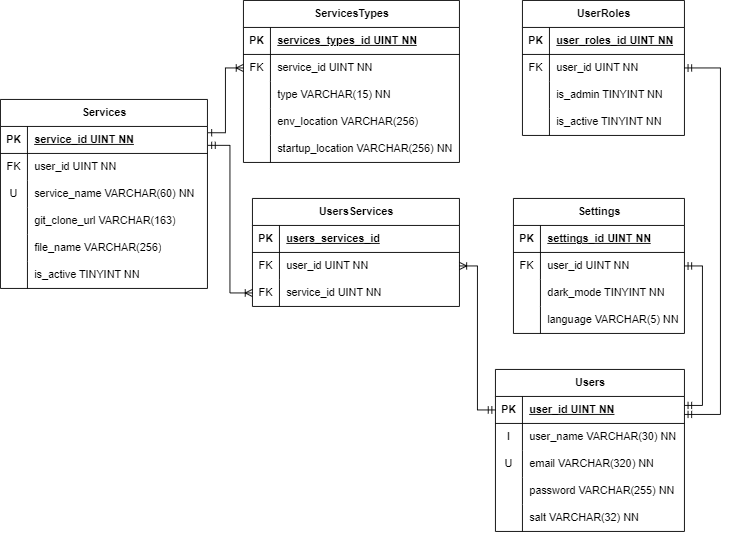
Before: Documentation/database/RDS.drawio.png, a diagram exported from draw.io (MagnusHLund/Web-hosting-docker). Source tidied: cells renumbered, new cells last; positions are measured from the earlier drawing's top-left corner, leaving out a move shared by most shapes.
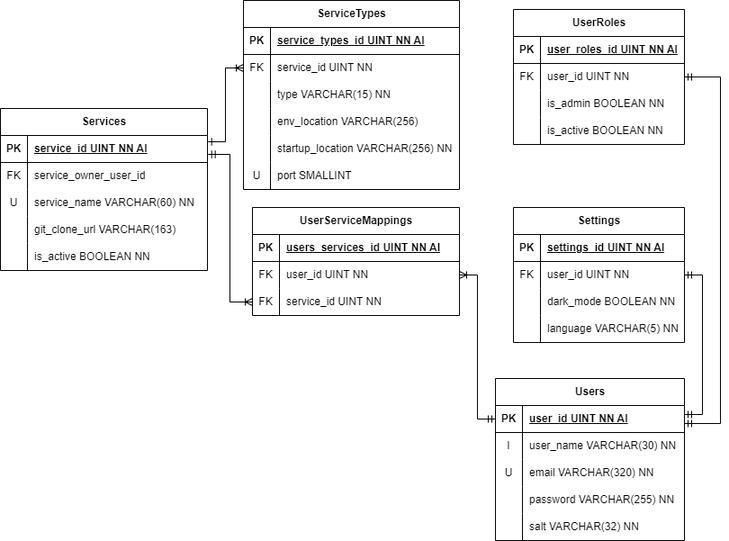
The same file after the commit.

The edit, as a diff of the source:
```diff
@@ -11,7 +11,7 @@
     <mxCell id="4" value="PK" style="shape=partialRectangle;fillColor=none;top=0;left=0;bottom=0;right=0;fontStyle=1;overflow=hidden;whiteSpace=wrap;html=1;" parent="3" vertex="1">
       <mxGeometry width="30" height="30" as="geometry" />
     </mxCell>
-    <mxCell id="5" value="user_id UINT NN" style="shape=partialRectangle;fillColor=none;top=0;left=0;bottom=0;right=0;align=left;spacingLeft=6;fontStyle=5;overflow=hidden;whiteSpace=wrap;html=1;" parent="3" vertex="1">
+    <mxCell id="5" value="user_id UINT NN AI" style="shape=partialRectangle;fillColor=none;top=0;left=0;bottom=0;right=0;align=left;spacingLeft=6;fontStyle=5;overflow=hidden;whiteSpace=wrap;html=1;" parent="3" vertex="1">
       <mxGeometry x="30" width="180" height="30" as="geometry" />
     </mxCell>
     <mxCell id="6" style="shape=tableRow;horizontal=0;startSize=0;swimlaneHead=0;swimlaneBody=0;fillColor=none;top=0;left=0;right=0;bottom=0;" parent="2" vertex="1">
@@ -59,7 +59,7 @@
     <mxCell id="20" value="PK" style="shape=partialRectangle;fillColor=none;top=0;left=0;bottom=0;right=0;fontStyle=1;overflow=hidden;whiteSpace=wrap;html=1;" parent="19" vertex="1">
       <mxGeometry width="30" height="30" as="geometry" />
     </mxCell>
-    <mxCell id="21" value="settings_id UINT NN" style="shape=partialRectangle;fillColor=none;top=0;left=0;bottom=0;right=0;align=left;spacingLeft=6;fontStyle=5;overflow=hidden;whiteSpace=wrap;html=1;" parent="19" vertex="1">
+    <mxCell id="21" value="settings_id UINT NN AI" style="shape=partialRectangle;fillColor=none;top=0;left=0;bottom=0;right=0;align=left;spacingLeft=6;fontStyle=5;overflow=hidden;whiteSpace=wrap;html=1;" parent="19" vertex="1">
       <mxGeometry x="30" width="160" height="30" as="geometry" />
     </mxCell>
     <mxCell id="22" style="shape=tableRow;horizontal=0;startSize=0;swimlaneHead=0;swimlaneBody=0;fillColor=none;points=[[0,0.5],[1,0.5]];portConstraint=eastwest;top=0;left=0;right=0;bottom=0;" parent="18" vertex="1">
@@ -77,7 +77,7 @@
     <mxCell id="26" style="shape=partialRectangle;fillColor=none;top=0;left=0;bottom=0;right=0;overflow=hidden;whiteSpace=wrap;html=1;" parent="25" vertex="1">
       <mxGeometry width="30" height="30" as="geometry" />
     </mxCell>
-    <mxCell id="27" value="dark_mode TINYINT NN" style="shape=partialRectangle;fillColor=none;top=0;left=0;bottom=0;right=0;align=left;spacingLeft=6;overflow=hidden;whiteSpace=wrap;html=1;" parent="25" vertex="1">
+    <mxCell id="27" value="dark_mode BOOLEAN NN" style="shape=partialRectangle;fillColor=none;top=0;left=0;bottom=0;right=0;align=left;spacingLeft=6;overflow=hidden;whiteSpace=wrap;html=1;" parent="25" vertex="1">
       <mxGeometry x="30" width="160" height="30" as="geometry" />
     </mxCell>
     <mxCell id="28" style="shape=tableRow;horizontal=0;startSize=0;swimlaneHead=0;swimlaneBody=0;fillColor=none;top=0;left=0;right=0;bottom=0;" parent="18" vertex="1">
@@ -90,46 +90,46 @@
       <mxGeometry x="30" width="160" height="30" as="geometry" />
     </mxCell>
     <mxCell id="31" value="UserRoles" style="shape=table;startSize=30;rowLines=0;fontStyle=1;align=center;html=1;" parent="1" vertex="1">
-      <mxGeometry x="580" width="180" height="150" as="geometry" />
+      <mxGeometry x="570" width="190" height="150" as="geometry" />
     </mxCell>
     <mxCell id="32" style="shape=tableRow;horizontal=0;startSize=0;swimlaneHead=0;swimlaneBody=0;fillColor=none;top=0;left=0;right=0;bottom=1;" parent="31" vertex="1">
-      <mxGeometry y="30" width="180" height="30" as="geometry" />
+      <mxGeometry y="30" width="190" height="30" as="geometry" />
     </mxCell>
     <mxCell id="33" value="PK" style="shape=partialRectangle;fillColor=none;top=0;left=0;bottom=0;right=0;fontStyle=1;overflow=hidden;whiteSpace=wrap;html=1;" parent="32" vertex="1">
       <mxGeometry width="30" height="30" as="geometry" />
     </mxCell>
-    <mxCell id="34" value="user_roles_id UINT NN" style="shape=partialRectangle;fillColor=none;top=0;left=0;bottom=0;right=0;align=left;spacingLeft=6;fontStyle=5;overflow=hidden;whiteSpace=wrap;html=1;" parent="32" vertex="1">
-      <mxGeometry x="30" width="150" height="30" as="geometry" />
+    <mxCell id="34" value="user_roles_id UINT NN AI" style="shape=partialRectangle;fillColor=none;top=0;left=0;bottom=0;right=0;align=left;spacingLeft=6;fontStyle=5;overflow=hidden;whiteSpace=wrap;html=1;" parent="32" vertex="1">
+      <mxGeometry x="30" width="160" height="30" as="geometry" />
     </mxCell>
     <mxCell id="35" style="shape=tableRow;horizontal=0;startSize=0;swimlaneHead=0;swimlaneBody=0;fillColor=none;points=[[0,0.5],[1,0.5]];portConstraint=eastwest;top=0;left=0;right=0;bottom=0;" parent="31" vertex="1">
-      <mxGeometry y="60" width="180" height="30" as="geometry" />
+      <mxGeometry y="60" width="190" height="30" as="geometry" />
     </mxCell>
     <mxCell id="36" value="FK" style="shape=partialRectangle;fillColor=none;top=0;left=0;bottom=0;right=0;overflow=hidden;whiteSpace=wrap;html=1;" parent="35" vertex="1">
       <mxGeometry width="30" height="30" as="geometry" />
     </mxCell>
     <mxCell id="37" value="user_id UINT NN" style="shape=partialRectangle;fillColor=none;top=0;left=0;bottom=0;right=0;align=left;spacingLeft=6;overflow=hidden;whiteSpace=wrap;html=1;" parent="35" vertex="1">
-      <mxGeometry x="30" width="150" height="30" as="geometry" />
+      <mxGeometry x="30" width="160" height="30" as="geometry" />
     </mxCell>
     <mxCell id="38" style="shape=tableRow;horizontal=0;startSize=0;swimlaneHead=0;swimlaneBody=0;fillColor=none;top=0;left=0;right=0;bottom=0;" parent="31" vertex="1">
-      <mxGeometry y="90" width="180" height="30" as="geometry" />
+      <mxGeometry y="90" width="190" height="30" as="geometry" />
     </mxCell>
     <mxCell id="39" style="shape=partialRectangle;fillColor=none;top=0;left=0;bottom=0;right=0;overflow=hidden;whiteSpace=wrap;html=1;" parent="38" vertex="1">
       <mxGeometry width="30" height="30" as="geometry" />
     </mxCell>
-    <mxCell id="40" value="is_admin TINYINT NN" style="shape=partialRectangle;fillColor=none;top=0;left=0;bottom=0;right=0;align=left;spacingLeft=6;overflow=hidden;whiteSpace=wrap;html=1;" parent="38" vertex="1">
-      <mxGeometry x="30" width="150" height="30" as="geometry" />
+    <mxCell id="40" value="is_admin BOOLEAN NN" style="shape=partialRectangle;fillColor=none;top=0;left=0;bottom=0;right=0;align=left;spacingLeft=6;overflow=hidden;whiteSpace=wrap;html=1;" parent="38" vertex="1">
+      <mxGeometry x="30" width="160" height="30" as="geometry" />
     </mxCell>
     <mxCell id="41" style="shape=tableRow;horizontal=0;startSize=0;swimlaneHead=0;swimlaneBody=0;fillColor=none;top=0;left=0;right=0;bottom=0;" parent="31" vertex="1">
-      <mxGeometry y="120" width="180" height="30" as="geometry" />
+      <mxGeometry y="120" width="190" height="30" as="geometry" />
     </mxCell>
     <mxCell id="42" style="shape=partialRectangle;fillColor=none;top=0;left=0;bottom=0;right=0;overflow=hidden;whiteSpace=wrap;html=1;" parent="41" vertex="1">
       <mxGeometry width="30" height="30" as="geometry" />
     </mxCell>
-    <mxCell id="43" value="is_active TINYINT NN" style="shape=partialRectangle;fillColor=none;top=0;left=0;bottom=0;right=0;align=left;spacingLeft=6;overflow=hidden;whiteSpace=wrap;html=1;" parent="41" vertex="1">
-      <mxGeometry x="30" width="150" height="30" as="geometry" />
+    <mxCell id="43" value="is_active BOOLEAN NN" style="shape=partialRectangle;fillColor=none;top=0;left=0;bottom=0;right=0;align=left;spacingLeft=6;overflow=hidden;whiteSpace=wrap;html=1;" parent="41" vertex="1">
+      <mxGeometry x="30" width="160" height="30" as="geometry" />
     </mxCell>
     <mxCell id="44" value="Services" style="shape=table;startSize=30;rowLines=0;fontStyle=1;align=center;html=1;" parent="1" vertex="1">
-      <mxGeometry y="110" width="230" height="210" as="geometry" />
+      <mxGeometry y="110" width="230" height="180" as="geometry" />
     </mxCell>
     <mxCell id="45" style="shape=tableRow;horizontal=0;startSize=0;swimlaneHead=0;swimlaneBody=0;fillColor=none;points=[[0,0.5],[1,0.5]];portConstraint=eastwest;top=0;left=0;right=0;bottom=1;" parent="44" vertex="1">
       <mxGeometry y="30" width="230" height="30" as="geometry" />
@@ -137,18 +137,18 @@
     <mxCell id="46" value="PK" style="shape=partialRectangle;fillColor=none;top=0;left=0;bottom=0;right=0;fontStyle=1;overflow=hidden;whiteSpace=wrap;html=1;" parent="45" vertex="1">
       <mxGeometry width="30" height="30" as="geometry" />
     </mxCell>
-    <mxCell id="47" value="service_id UINT NN" style="shape=partialRectangle;fillColor=none;top=0;left=0;bottom=0;right=0;align=left;spacingLeft=6;fontStyle=5;overflow=hidden;whiteSpace=wrap;html=1;" parent="45" vertex="1">
+    <mxCell id="47" value="service_id UINT NN AI" style="shape=partialRectangle;fillColor=none;top=0;left=0;bottom=0;right=0;align=left;spacingLeft=6;fontStyle=5;overflow=hidden;whiteSpace=wrap;html=1;" parent="45" vertex="1">
       <mxGeometry x="30" width="200" height="30" as="geometry" />
     </mxCell>
     <mxCell id="48" style="shape=tableRow;horizontal=0;startSize=0;swimlaneHead=0;swimlaneBody=0;fillColor=none;top=0;left=0;right=0;bottom=0;" parent="44" vertex="1">
       <mxGeometry y="60" width="230" height="30" as="geometry" />
     </mxCell>
-    <mxCell id="49" value="FK" style="shape=partialRectangle;fillColor=none;top=0;left=0;bottom=0;right=0;overflow=hidden;whiteSpace=wrap;html=1;" parent="48" vertex="1">
+    <mxCell id="49" value="FK" style="shape=partialRectangle;fillColor=none;top=0;left=0;bottom=0;right=0;fontStyle=0;overflow=hidden;whiteSpace=wrap;html=1;" parent="48" vertex="1">
       <mxGeometry width="30" height="30" as="geometry" />
     </mxCell>
-    <mxCell id="50" value="user_id UINT NN" style="shape=partialRectangle;fillColor=none;top=0;left=0;bottom=0;right=0;align=left;spacingLeft=6;overflow=hidden;whiteSpace=wrap;html=1;" parent="48" vertex="1">
-      <mxGeometry x="30" width="200" height="30" as="geometry" />
-    </mxCell>
+    <mxCell id="94" value="service_owner_user_id" style="shape=partialRectangle;fillColor=none;top=0;left=0;bottom=0;right=0;align=left;spacingLeft=6;fontStyle=0;overflow=hidden;whiteSpace=wrap;html=1;" parent="48" vertex="1">
+      <mxGeometry x="30" width="200" height="30" as="geometry" />
+    </mxCell>
     <mxCell id="51" style="shape=tableRow;horizontal=0;startSize=0;swimlaneHead=0;swimlaneBody=0;fillColor=none;top=0;left=0;right=0;bottom=0;" parent="44" vertex="1">
       <mxGeometry y="90" width="230" height="30" as="geometry" />
     </mxCell>
@@ -167,26 +167,17 @@
     <mxCell id="56" value="git_clone_url VARCHAR(163)" style="shape=partialRectangle;fillColor=none;top=0;left=0;bottom=0;right=0;align=left;spacingLeft=6;overflow=hidden;whiteSpace=wrap;html=1;" parent="54" vertex="1">
       <mxGeometry x="30" width="200" height="30" as="geometry" />
     </mxCell>
-    <mxCell id="57" style="shape=tableRow;horizontal=0;startSize=0;swimlaneHead=0;swimlaneBody=0;fillColor=none;top=0;left=0;right=0;bottom=0;" parent="44" vertex="1">
-      <mxGeometry y="150" width="230" height="30" as="geometry" />
-    </mxCell>
-    <mxCell id="58" style="shape=partialRectangle;fillColor=none;top=0;left=0;bottom=0;right=0;fontStyle=0;overflow=hidden;whiteSpace=wrap;html=1;" parent="57" vertex="1">
-      <mxGeometry width="30" height="30" as="geometry" />
-    </mxCell>
-    <mxCell id="59" value="file_name VARCHAR(256)" style="shape=partialRectangle;fillColor=none;top=0;left=0;bottom=0;right=0;align=left;spacingLeft=6;fontStyle=0;overflow=hidden;whiteSpace=wrap;html=1;" parent="57" vertex="1">
-      <mxGeometry x="30" width="200" height="30" as="geometry" />
-    </mxCell>
     <mxCell id="60" style="shape=tableRow;horizontal=0;startSize=0;swimlaneHead=0;swimlaneBody=0;fillColor=none;top=0;left=0;right=0;bottom=0;" parent="44" vertex="1">
-      <mxGeometry y="180" width="230" height="30" as="geometry" />
+      <mxGeometry y="150" width="230" height="30" as="geometry" />
     </mxCell>
     <mxCell id="61" style="shape=partialRectangle;fillColor=none;top=0;left=0;bottom=0;right=0;fontStyle=0;overflow=hidden;whiteSpace=wrap;html=1;" parent="60" vertex="1">
       <mxGeometry width="30" height="30" as="geometry" />
     </mxCell>
-    <mxCell id="62" value="is_active TINYINT NN" style="shape=partialRectangle;fillColor=none;top=0;left=0;bottom=0;right=0;align=left;spacingLeft=6;fontStyle=0;overflow=hidden;whiteSpace=wrap;html=1;" parent="60" vertex="1">
+    <mxCell id="62" value="is_active BOOLEAN NN" style="shape=partialRectangle;fillColor=none;top=0;left=0;bottom=0;right=0;align=left;spacingLeft=6;fontStyle=0;overflow=hidden;whiteSpace=wrap;html=1;" parent="60" vertex="1">
       <mxGeometry x="30" width="200" height="30" as="geometry" />
     </mxCell>
-    <mxCell id="63" value="ServicesTypes" style="shape=table;startSize=30;rowLines=0;fontStyle=1;align=center;html=1;" parent="1" vertex="1">
-      <mxGeometry x="270" width="240" height="180" as="geometry" />
+    <mxCell id="63" value="ServiceTypes" style="shape=table;startSize=30;rowLines=0;fontStyle=1;align=center;html=1;" parent="1" vertex="1">
+      <mxGeometry x="270" y="-10" width="240" height="210" as="geometry" />
     </mxCell>
     <mxCell id="64" style="shape=tableRow;horizontal=0;startSize=0;swimlaneHead=0;swimlaneBody=0;fillColor=none;top=0;left=0;right=0;bottom=1;" parent="63" vertex="1">
       <mxGeometry y="30" width="240" height="30" as="geometry" />
@@ -194,7 +185,7 @@
     <mxCell id="65" value="PK" style="shape=partialRectangle;fillColor=none;top=0;left=0;bottom=0;right=0;fontStyle=1;overflow=hidden;whiteSpace=wrap;html=1;" parent="64" vertex="1">
       <mxGeometry width="30" height="30" as="geometry" />
     </mxCell>
-    <mxCell id="66" value="services_types_id UINT NN" style="shape=partialRectangle;fillColor=none;top=0;left=0;bottom=0;right=0;align=left;spacingLeft=6;fontStyle=5;overflow=hidden;whiteSpace=wrap;html=1;" parent="64" vertex="1">
+    <mxCell id="66" value="service_types_id UINT NN AI" style="shape=partialRectangle;fillColor=none;top=0;left=0;bottom=0;right=0;align=left;spacingLeft=6;fontStyle=5;overflow=hidden;whiteSpace=wrap;html=1;" parent="64" vertex="1">
       <mxGeometry x="30" width="210" height="30" as="geometry" />
     </mxCell>
     <mxCell id="67" style="shape=tableRow;horizontal=0;startSize=0;swimlaneHead=0;swimlaneBody=0;fillColor=none;points=[[0,0.5],[1,0.5]];portConstraint=eastwest;top=0;left=0;right=0;bottom=0;" parent="63" vertex="1">
@@ -233,10 +224,19 @@
     <mxCell id="78" value="startup_location VARCHAR(256) NN" style="shape=partialRectangle;fillColor=none;top=0;left=0;bottom=0;right=0;align=left;spacingLeft=6;fontStyle=0;overflow=hidden;whiteSpace=wrap;html=1;" parent="76" vertex="1">
       <mxGeometry x="30" width="210" height="30" as="geometry" />
     </mxCell>
+    <mxCell id="95" style="shape=tableRow;horizontal=0;startSize=0;swimlaneHead=0;swimlaneBody=0;fillColor=none;top=0;left=0;right=0;bottom=0;" parent="63" vertex="1">
+      <mxGeometry y="180" width="240" height="30" as="geometry" />
+    </mxCell>
+    <mxCell id="96" value="U" style="shape=partialRectangle;fillColor=none;top=0;left=0;bottom=0;right=0;fontStyle=0;overflow=hidden;whiteSpace=wrap;html=1;" parent="95" vertex="1">
+      <mxGeometry width="30" height="30" as="geometry" />
+    </mxCell>
+    <mxCell id="97" value="port SMALLINT" style="shape=partialRectangle;fillColor=none;top=0;left=0;bottom=0;right=0;align=left;spacingLeft=6;fontStyle=0;overflow=hidden;whiteSpace=wrap;html=1;" parent="95" vertex="1">
+      <mxGeometry x="30" width="210" height="30" as="geometry" />
+    </mxCell>
     <mxCell id="79" style="edgeStyle=orthogonalEdgeStyle;rounded=0;jettySize=auto;html=1;entryX=0;entryY=0.5;entryDx=0;entryDy=0;endArrow=ERoneToMany;endFill=0;startArrow=ERone;startFill=0;exitX=1.003;exitY=0.233;exitDx=0;exitDy=0;exitPerimeter=0;" parent="1" edge="1" source="45" target="67">
       <mxGeometry relative="1" as="geometry" />
     </mxCell>
-    <mxCell id="80" value="UsersServices" style="shape=table;startSize=30;rowLines=0;fontStyle=1;align=center;html=1;" parent="1" vertex="1">
+    <mxCell id="80" value="UserServiceMappings" style="shape=table;startSize=30;rowLines=0;fontStyle=1;align=center;html=1;" parent="1" vertex="1">
       <mxGeometry x="280" y="220" width="230" height="120" as="geometry" />
     </mxCell>
     <mxCell id="81" style="shape=tableRow;horizontal=0;startSize=0;swimlaneHead=0;swimlaneBody=0;fillColor=none;top=0;left=0;right=0;bottom=1;" parent="80" vertex="1">
@@ -245,7 +245,7 @@
     <mxCell id="82" value="PK" style="shape=partialRectangle;fillColor=none;top=0;left=0;bottom=0;right=0;fontStyle=1;overflow=hidden;whiteSpace=wrap;html=1;" parent="81" vertex="1">
       <mxGeometry width="30" height="30" as="geometry" />
     </mxCell>
-    <mxCell id="83" value="users_services_id" style="shape=partialRectangle;fillColor=none;top=0;left=0;bottom=0;right=0;align=left;spacingLeft=6;fontStyle=5;overflow=hidden;whiteSpace=wrap;html=1;" parent="81" vertex="1">
+    <mxCell id="83" value="users_services_id UINT NN AI" style="shape=partialRectangle;fillColor=none;top=0;left=0;bottom=0;right=0;align=left;spacingLeft=6;fontStyle=5;overflow=hidden;whiteSpace=wrap;html=1;" parent="81" vertex="1">
       <mxGeometry x="30" width="200" height="30" as="geometry" />
     </mxCell>
     <mxCell id="84" style="shape=tableRow;horizontal=0;startSize=0;swimlaneHead=0;swimlaneBody=0;fillColor=none;points=[[0,0.5],[1,0.5]];portConstraint=eastwest;top=0;left=0;right=0;bottom=0;" parent="80" vertex="1">
```
